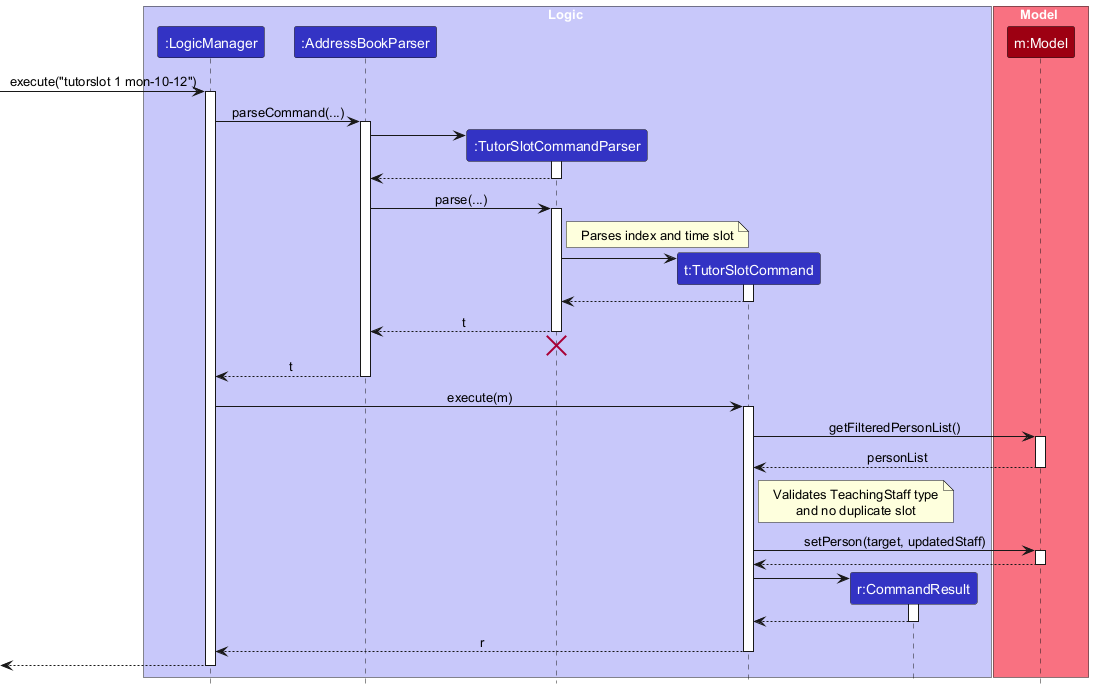
EOKwingster/tp keeps this PlantUML diagram as docs/images/TutorSlotSequenceDiagram.png. Above is the earlier version. The source it was exported from:
```plantuml
@startuml
!include ../style.puml
skinparam ArrowFontStyle plain

box Logic LOGIC_COLOR_T1
participant ":LogicManager" as LogicManager LOGIC_COLOR
participant ":AddressBookParser" as AddressBookParser LOGIC_COLOR
participant ":TutorSlotCommandParser" as TutorSlotCommandParser LOGIC_COLOR
participant "t:TutorSlotCommand" as TutorSlotCommand LOGIC_COLOR
participant "r:CommandResult" as CommandResult LOGIC_COLOR
end box

box Model MODEL_COLOR_T1
participant "m:Model" as Model MODEL_COLOR
end box

[-> LogicManager : execute("tutorslot 1 mon-10-12")
activate LogicManager

LogicManager -> AddressBookParser : parseCommand(...)
activate AddressBookParser

create TutorSlotCommandParser
AddressBookParser -> TutorSlotCommandParser
activate TutorSlotCommandParser

TutorSlotCommandParser --> AddressBookParser
deactivate TutorSlotCommandParser

AddressBookParser -> TutorSlotCommandParser : parse(...)
activate TutorSlotCommandParser

note right of TutorSlotCommandParser: Parses index and time slot

create TutorSlotCommand
TutorSlotCommandParser -> TutorSlotCommand
activate TutorSlotCommand

TutorSlotCommand --> TutorSlotCommandParser
deactivate TutorSlotCommand

TutorSlotCommandParser --> AddressBookParser : t
deactivate TutorSlotCommandParser
TutorSlotCommandParser -[hidden]-> AddressBookParser
destroy TutorSlotCommandParser

AddressBookParser --> LogicManager : t
deactivate AddressBookParser

LogicManager -> TutorSlotCommand : execute(m)
activate TutorSlotCommand

TutorSlotCommand -> Model : getFilteredPersonList()
activate Model

Model --> TutorSlotCommand : personList
deactivate Model

note right of TutorSlotCommand: Validates TeachingStaff type\nand no duplicate slot

TutorSlotCommand -> Model : setPerson(target, updatedStaff)
activate Model

Model --> TutorSlotCommand
deactivate Model

create CommandResult
TutorSlotCommand -> CommandResult
activate CommandResult

CommandResult --> TutorSlotCommand
deactivate CommandResult

TutorSlotCommand --> LogicManager : r
deactivate TutorSlotCommand

[<-- LogicManager
deactivate LogicManager
@enduml
```
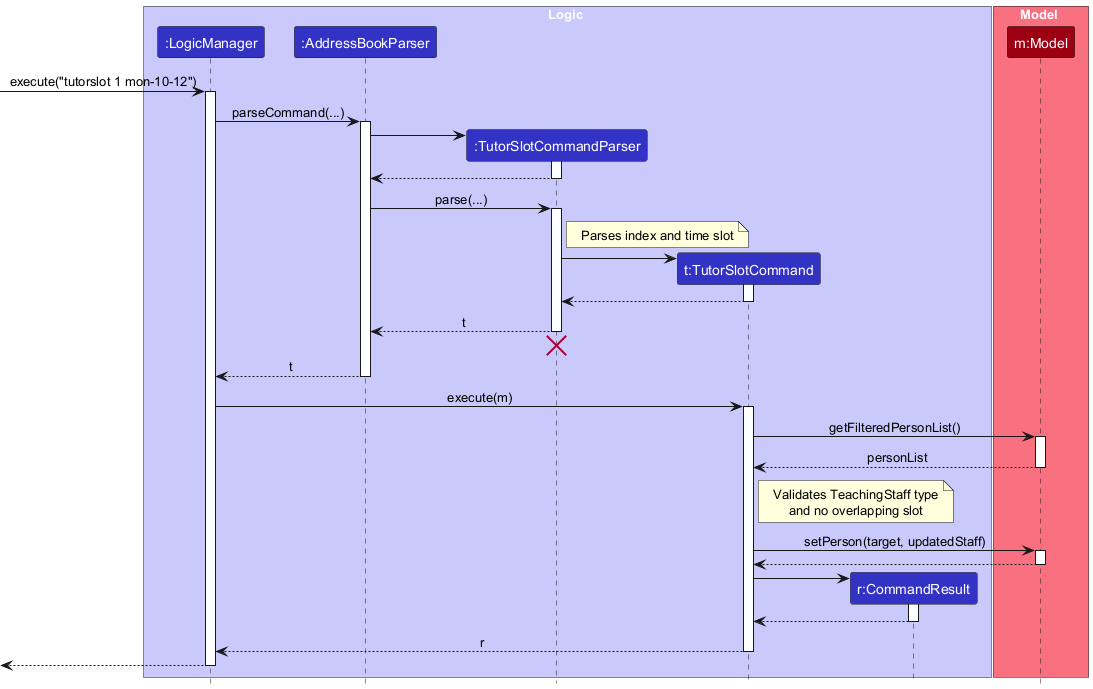
Above is the later version.

Change to the diagram source:
```diff
@@ -56,7 +56,7 @@
 Model --> TutorSlotCommand : personList
 deactivate Model
 
-note right of TutorSlotCommand: Validates TeachingStaff type\nand no duplicate slot
+note right of TutorSlotCommand: Validates TeachingStaff type\nand no overlapping slot
 
 TutorSlotCommand -> Model : setPerson(target, updatedStaff)
 activate Model
```
